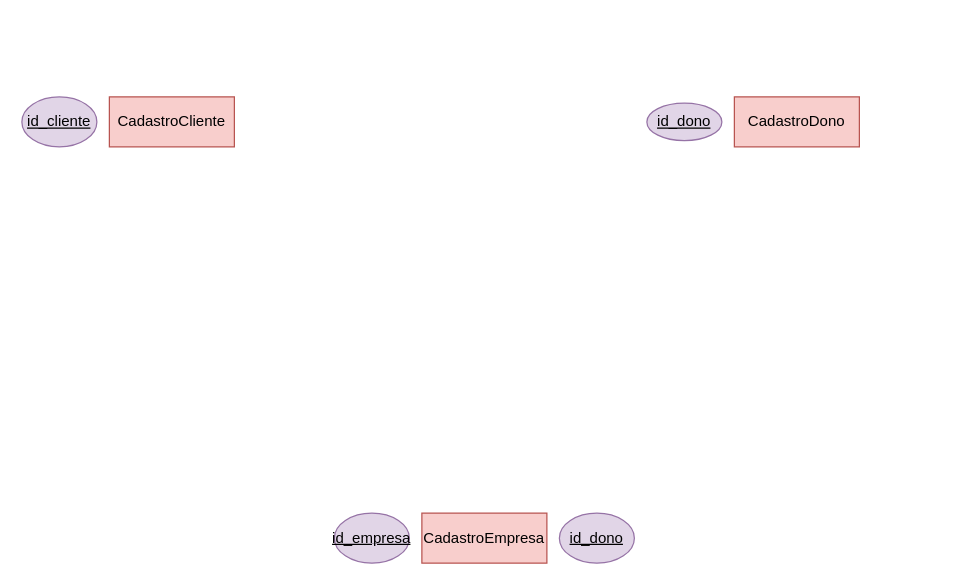
The draw.io diagram Untitled Diagram.drawio in b-benedetti/BDPROA, before the edit. Source tidied: cells renumbered, new cells numbered last; positions are measured from the earlier drawing's top-left corner, leaving out a move shared by most shapes. Both pictures are drawn from the tidied source at 125%, with x=0, y=0 at pixel (21, 96).
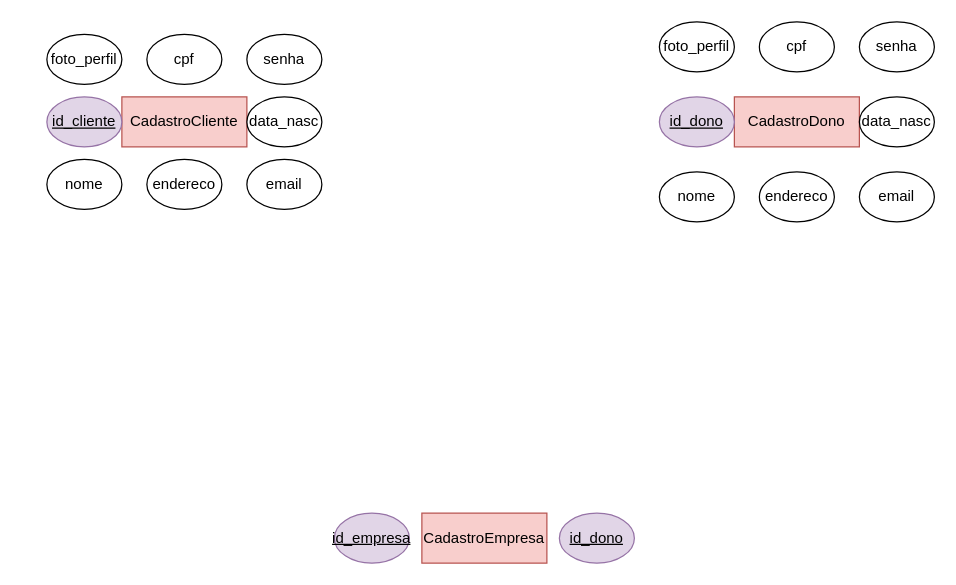
The same diagram, later.

Diff of the diagram source:
```diff
@@
     <mxCell id="2" value="CadastroCliente" style="whiteSpace=wrap;html=1;align=center;fillColor=#f8cecc;strokeColor=#b85450;" parent="1" vertex="1">
-      <mxGeometry x="70" width="100" height="40" as="geometry" />
+      <mxGeometry x="80" width="100" height="40" as="geometry" />
     </mxCell>
@@
-    <mxCell id="5" value="id_dono" style="ellipse;whiteSpace=wrap;html=1;align=center;fontStyle=4;fillColor=#e1d5e7;strokeColor=#9673a6;" parent="1" vertex="1">
-      <mxGeometry x="500" y="5" width="60" height="30" as="geometry" />
-    </mxCell>
     <mxCell id="6" value="id_cliente" style="ellipse;whiteSpace=wrap;html=1;align=center;fontStyle=4;fillColor=#e1d5e7;strokeColor=#9673a6;" parent="1" vertex="1">
-      <mxGeometry width="60" height="40" as="geometry" />
+      <mxGeometry x="20" width="60" height="40" as="geometry" />
     </mxCell>
@@
+    <mxCell id="5" value="id_dono" style="ellipse;whiteSpace=wrap;html=1;align=center;fontStyle=4;fillColor=#e1d5e7;strokeColor=#9673a6;" parent="1" vertex="1">
+      <mxGeometry x="510" width="60" height="40" as="geometry" />
+    </mxCell>
+    <mxCell id="9" value="nome" style="ellipse;whiteSpace=wrap;html=1;align=center;" parent="1" vertex="1">
+      <mxGeometry x="20" y="50" width="60" height="40" as="geometry" />
+    </mxCell>
+    <mxCell id="10" value="endereco" style="ellipse;whiteSpace=wrap;html=1;align=center;" parent="1" vertex="1">
+      <mxGeometry x="100" y="50" width="60" height="40" as="geometry" />
+    </mxCell>
+    <mxCell id="11" value="email" style="ellipse;whiteSpace=wrap;html=1;align=center;" parent="1" vertex="1">
+      <mxGeometry x="180" y="50" width="60" height="40" as="geometry" />
+    </mxCell>
+    <mxCell id="12" value="data_nasc" style="ellipse;whiteSpace=wrap;html=1;align=center;" parent="1" vertex="1">
+      <mxGeometry x="180" width="60" height="40" as="geometry" />
+    </mxCell>
+    <mxCell id="13" value="senha" style="ellipse;whiteSpace=wrap;html=1;align=center;" parent="1" vertex="1">
+      <mxGeometry x="180" y="-50" width="60" height="40" as="geometry" />
+    </mxCell>
+    <mxCell id="14" value="cpf" style="ellipse;whiteSpace=wrap;html=1;align=center;" parent="1" vertex="1">
+      <mxGeometry x="100" y="-50" width="60" height="40" as="geometry" />
+    </mxCell>
+    <mxCell id="15" value="foto_perfil" style="ellipse;whiteSpace=wrap;html=1;align=center;" parent="1" vertex="1">
+      <mxGeometry x="20" y="-50" width="60" height="40" as="geometry" />
+    </mxCell>
+    <mxCell id="16" value="nome" style="ellipse;whiteSpace=wrap;html=1;align=center;" parent="1" vertex="1">
+      <mxGeometry x="510" y="60" width="60" height="40" as="geometry" />
+    </mxCell>
+    <mxCell id="17" value="foto_perfil" style="ellipse;whiteSpace=wrap;html=1;align=center;" parent="1" vertex="1">
+      <mxGeometry x="510" y="-60" width="60" height="40" as="geometry" />
+    </mxCell>
+    <mxCell id="18" value="cpf" style="ellipse;whiteSpace=wrap;html=1;align=center;" parent="1" vertex="1">
+      <mxGeometry x="590" y="-60" width="60" height="40" as="geometry" />
+    </mxCell>
+    <mxCell id="19" value="endereco" style="ellipse;whiteSpace=wrap;html=1;align=center;" parent="1" vertex="1">
+      <mxGeometry x="590" y="60" width="60" height="40" as="geometry" />
+    </mxCell>
+    <mxCell id="20" value="senha" style="ellipse;whiteSpace=wrap;html=1;align=center;" parent="1" vertex="1">
+      <mxGeometry x="670" y="-60" width="60" height="40" as="geometry" />
+    </mxCell>
+    <mxCell id="21" value="email" style="ellipse;whiteSpace=wrap;html=1;align=center;" parent="1" vertex="1">
+      <mxGeometry x="670" y="60" width="60" height="40" as="geometry" />
+    </mxCell>
+    <mxCell id="22" value="data_nasc" style="ellipse;whiteSpace=wrap;html=1;align=center;" parent="1" vertex="1">
+      <mxGeometry x="670" width="60" height="40" as="geometry" />
+    </mxCell>
```
